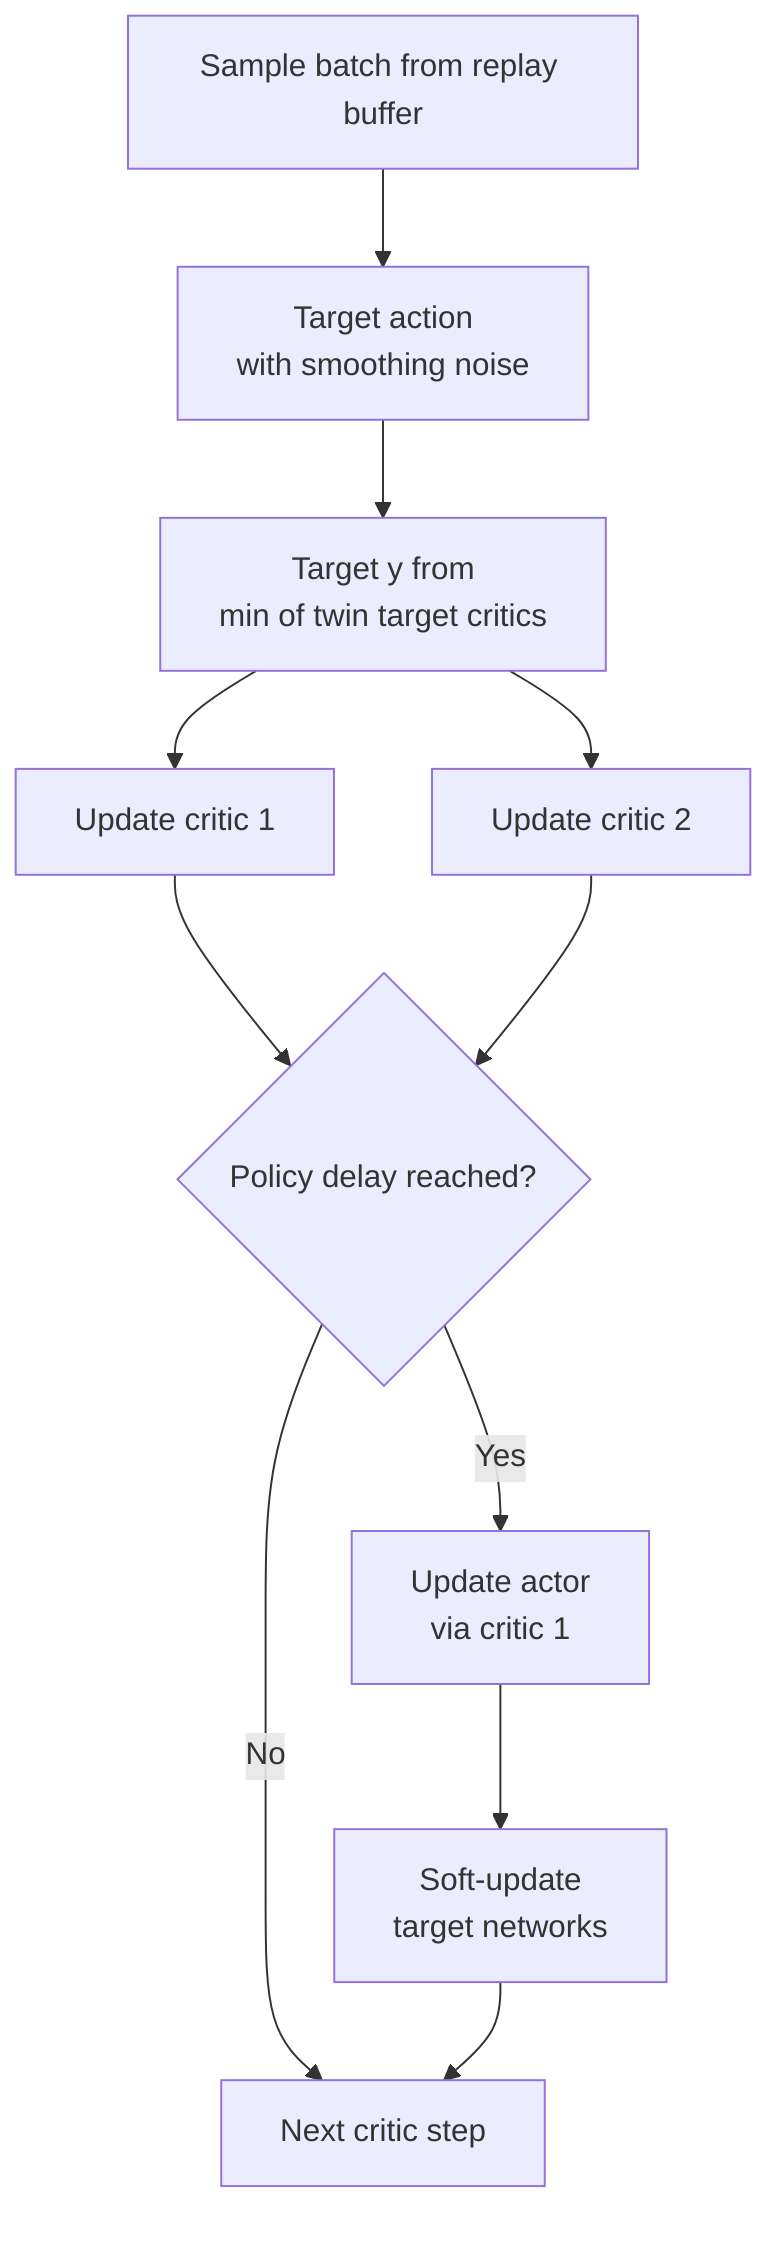
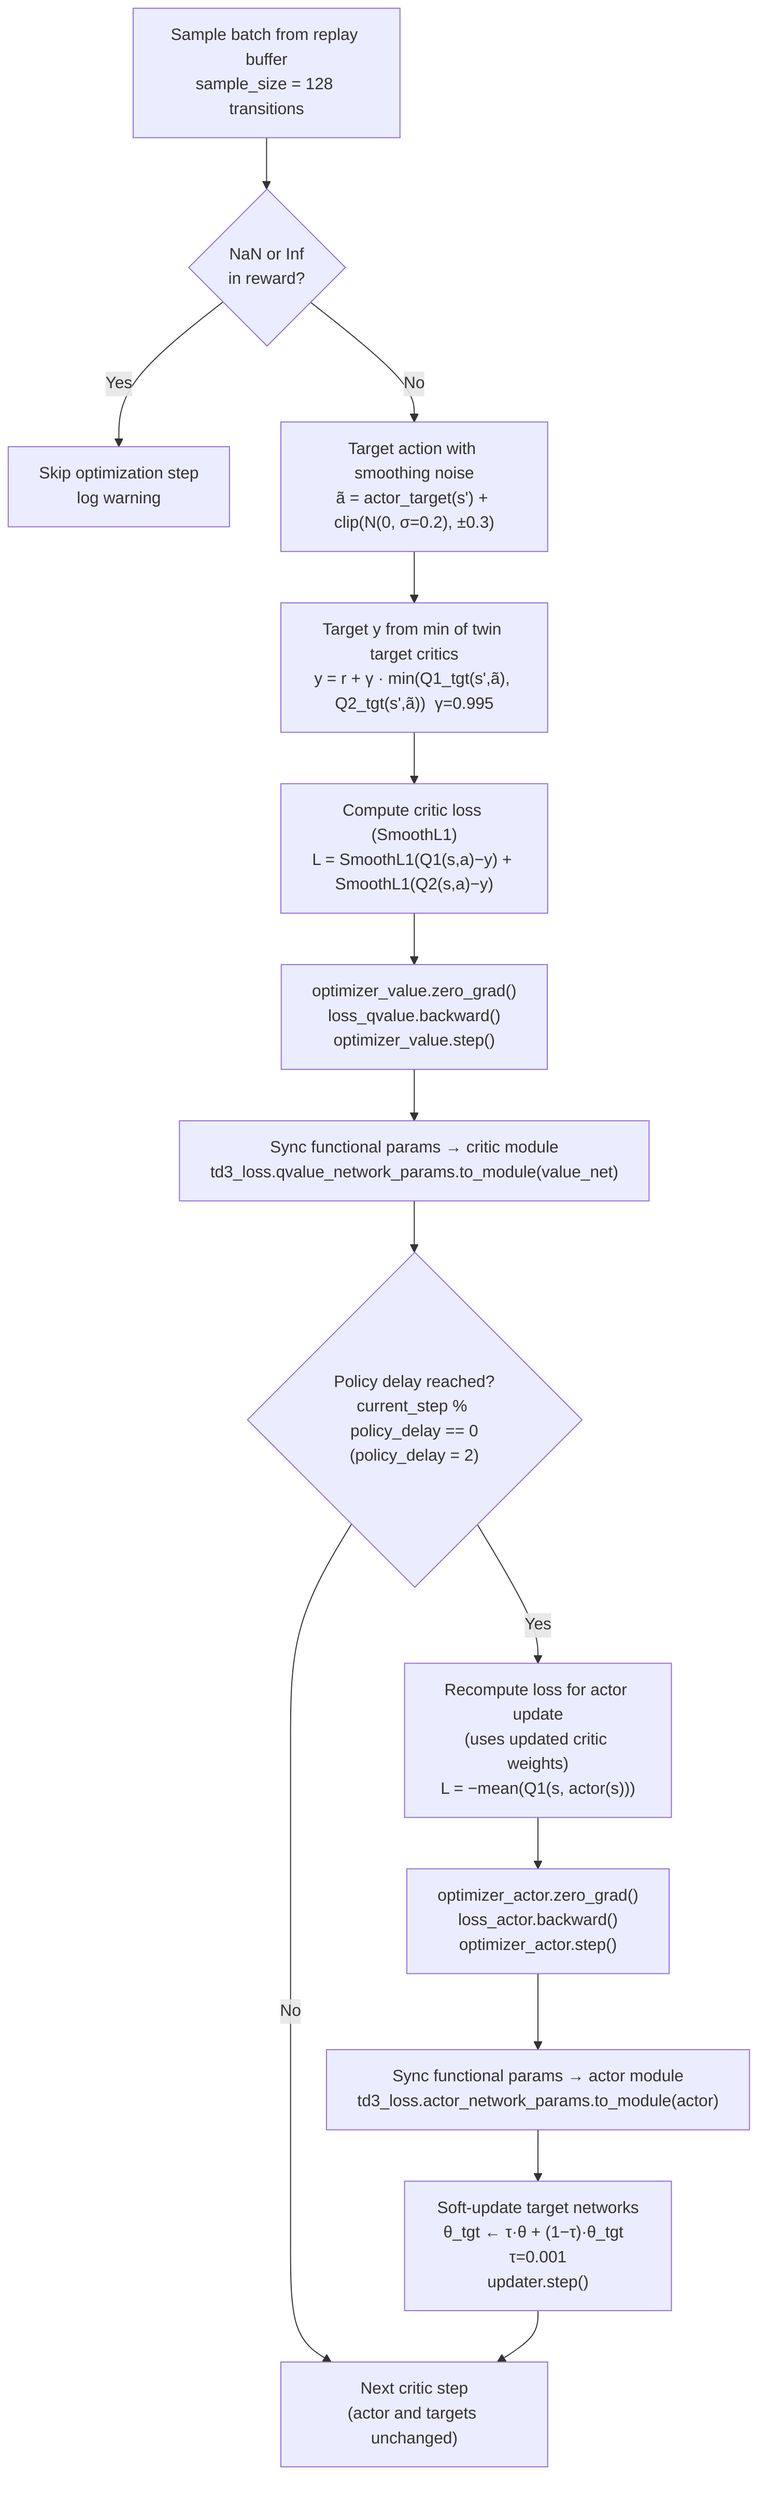
flowchart TD
-     A[Sample batch from replay buffer] --> B[Target action<br/>with smoothing noise]
-     B --> C[Target y from<br/>min of twin target critics]
-     C --> D[Update critic 1]
-     C --> E[Update critic 2]
-     D --> F{Policy delay reached?}
-     E --> F
-     F -->|Yes| G[Update actor<br/>via critic 1]
-     G --> H[Soft-update<br/>target networks]
-     F -->|No| I[Next critic step]
+     A["Sample batch from replay buffer\nsample_size = 128 transitions"] --> NAN{"NaN or Inf\nin reward?"}
+     NAN -- Yes --> SKIP["Skip optimization step\nlog warning"]
+     NAN -- No --> B["Target action with smoothing noise\nã = actor_target(s') + clip(N(0, σ=0.2), ±0.3)"]
+     B --> C["Target y from min of twin target critics\ny = r + γ · min(Q1_tgt(s',ã), Q2_tgt(s',ã))  γ=0.995"]
+     C --> D["Compute critic loss (SmoothL1)\nL = SmoothL1(Q1(s,a)−y) + SmoothL1(Q2(s,a)−y)"]
+     D --> E["optimizer_value.zero_grad()\nloss_qvalue.backward()\noptimizer_value.step()"]
+     E --> ESYNC["Sync functional params → critic module\ntd3_loss.qvalue_network_params.to_module(value_net)"]
+     ESYNC --> F{"Policy delay reached?\ncurrent_step % policy_delay == 0\n(policy_delay = 2)"}
+     F -->|Yes| G["Recompute loss for actor update\n(uses updated critic weights)\nL = −mean(Q1(s, actor(s)))"]
+     G --> GA["optimizer_actor.zero_grad()\nloss_actor.backward()\noptimizer_actor.step()"]
+     GA --> GASYNC["Sync functional params → actor module\ntd3_loss.actor_network_params.to_module(actor)"]
+     GASYNC --> H["Soft-update target networks\nθ_tgt ← τ·θ + (1−τ)·θ_tgt  τ=0.001\nupdater.step()"]
+     F -->|No| I["Next critic step\n(actor and targets unchanged)"]
    H --> I
